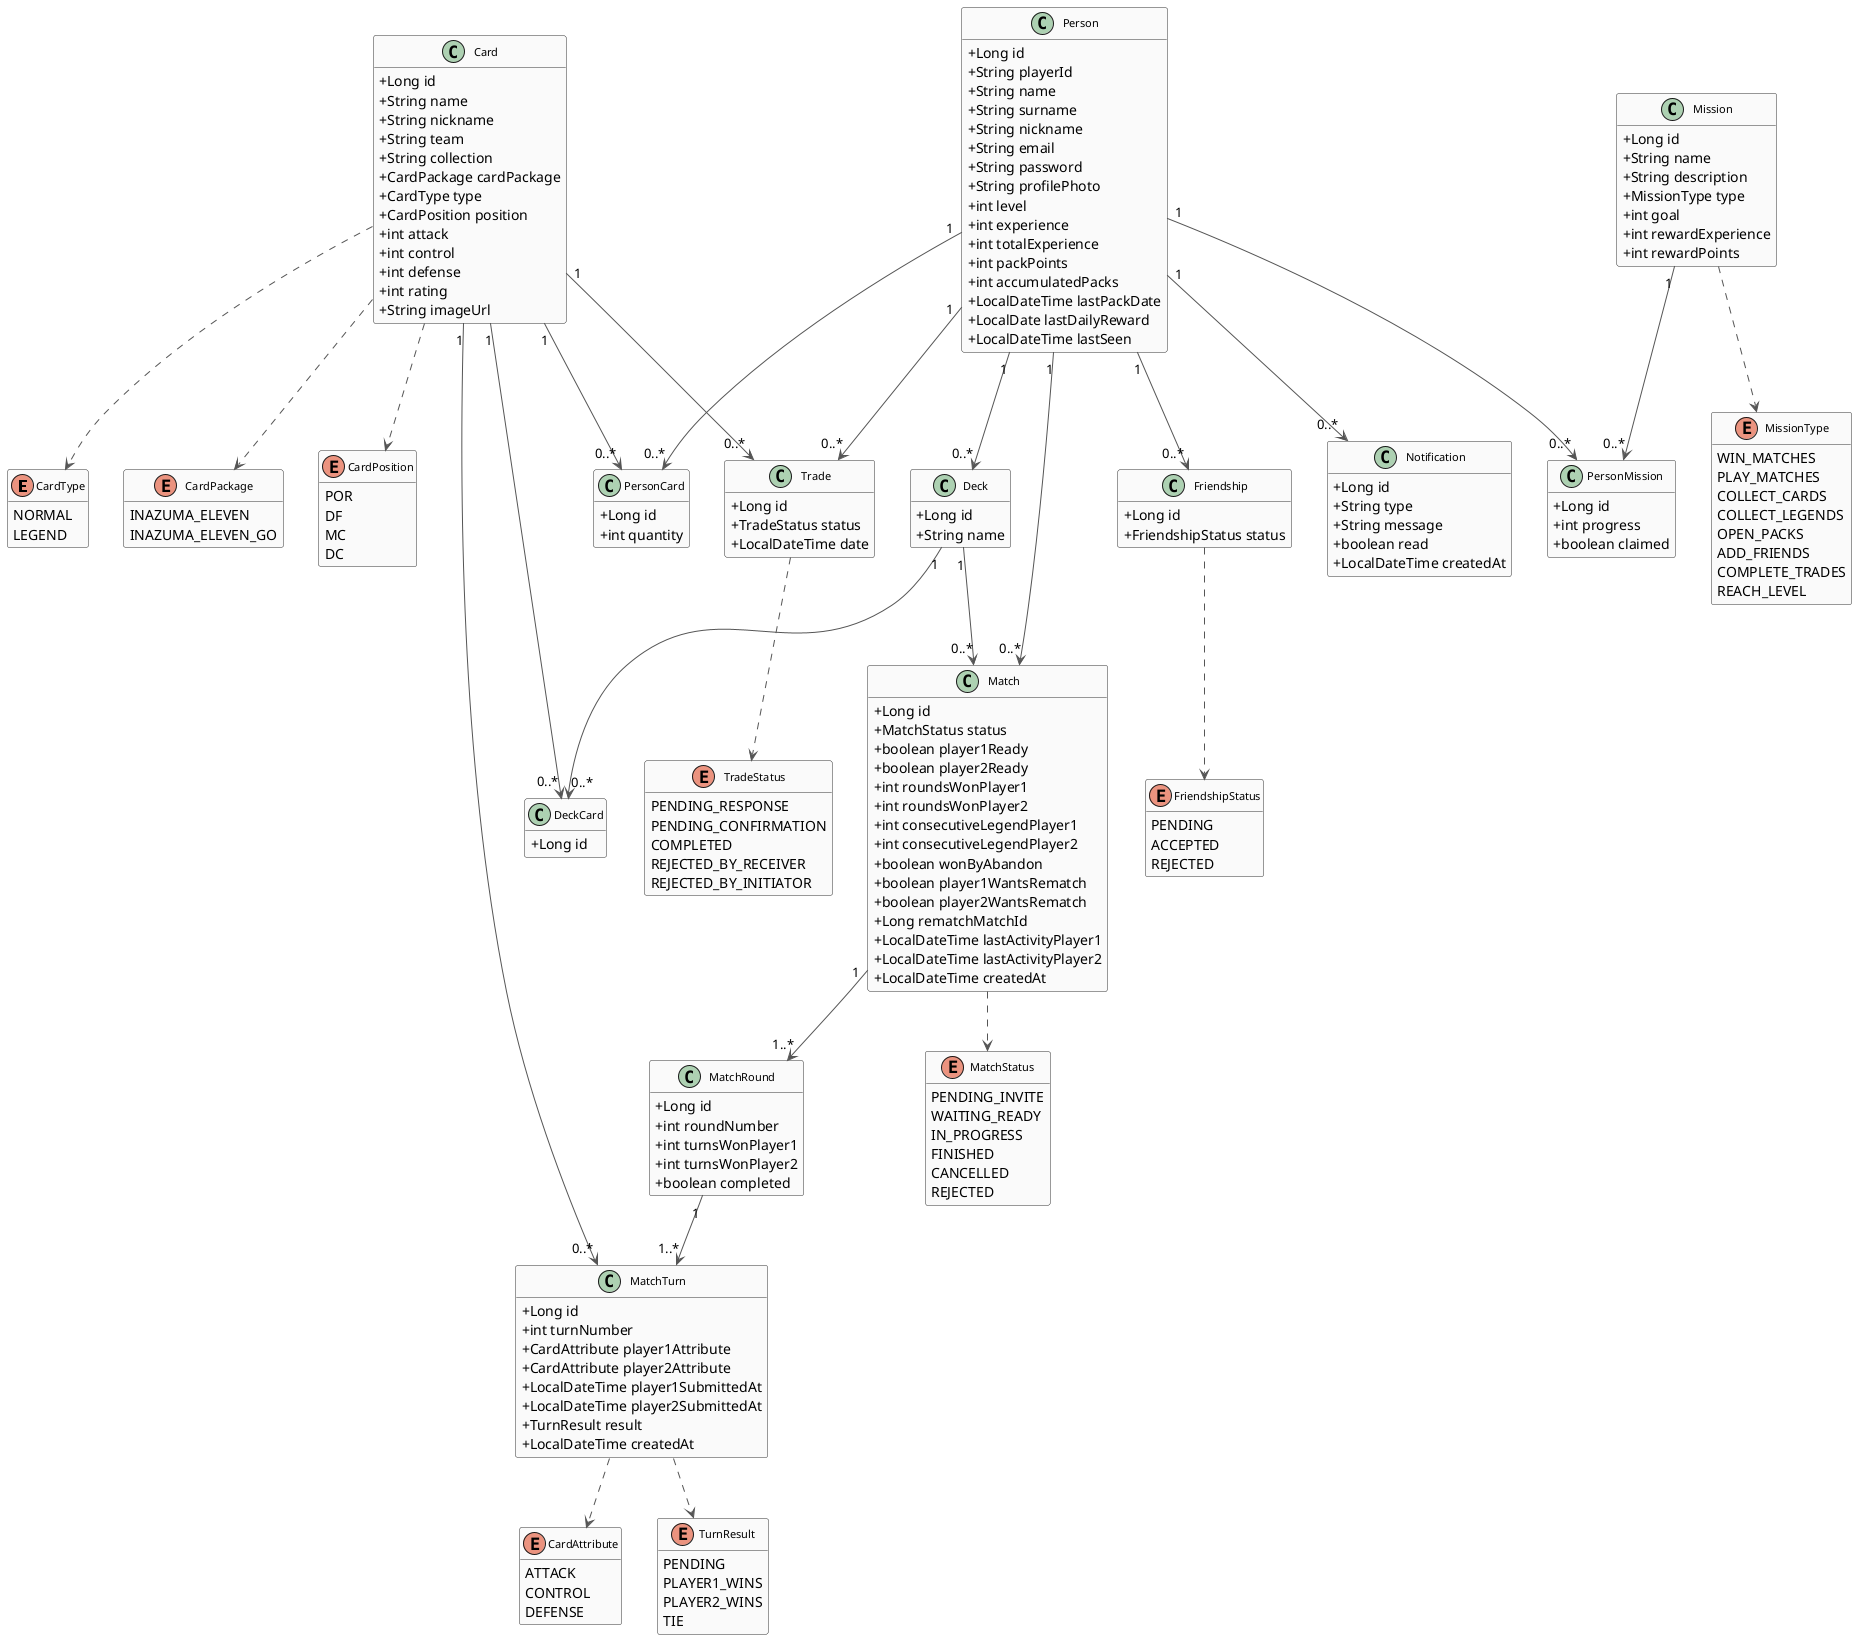
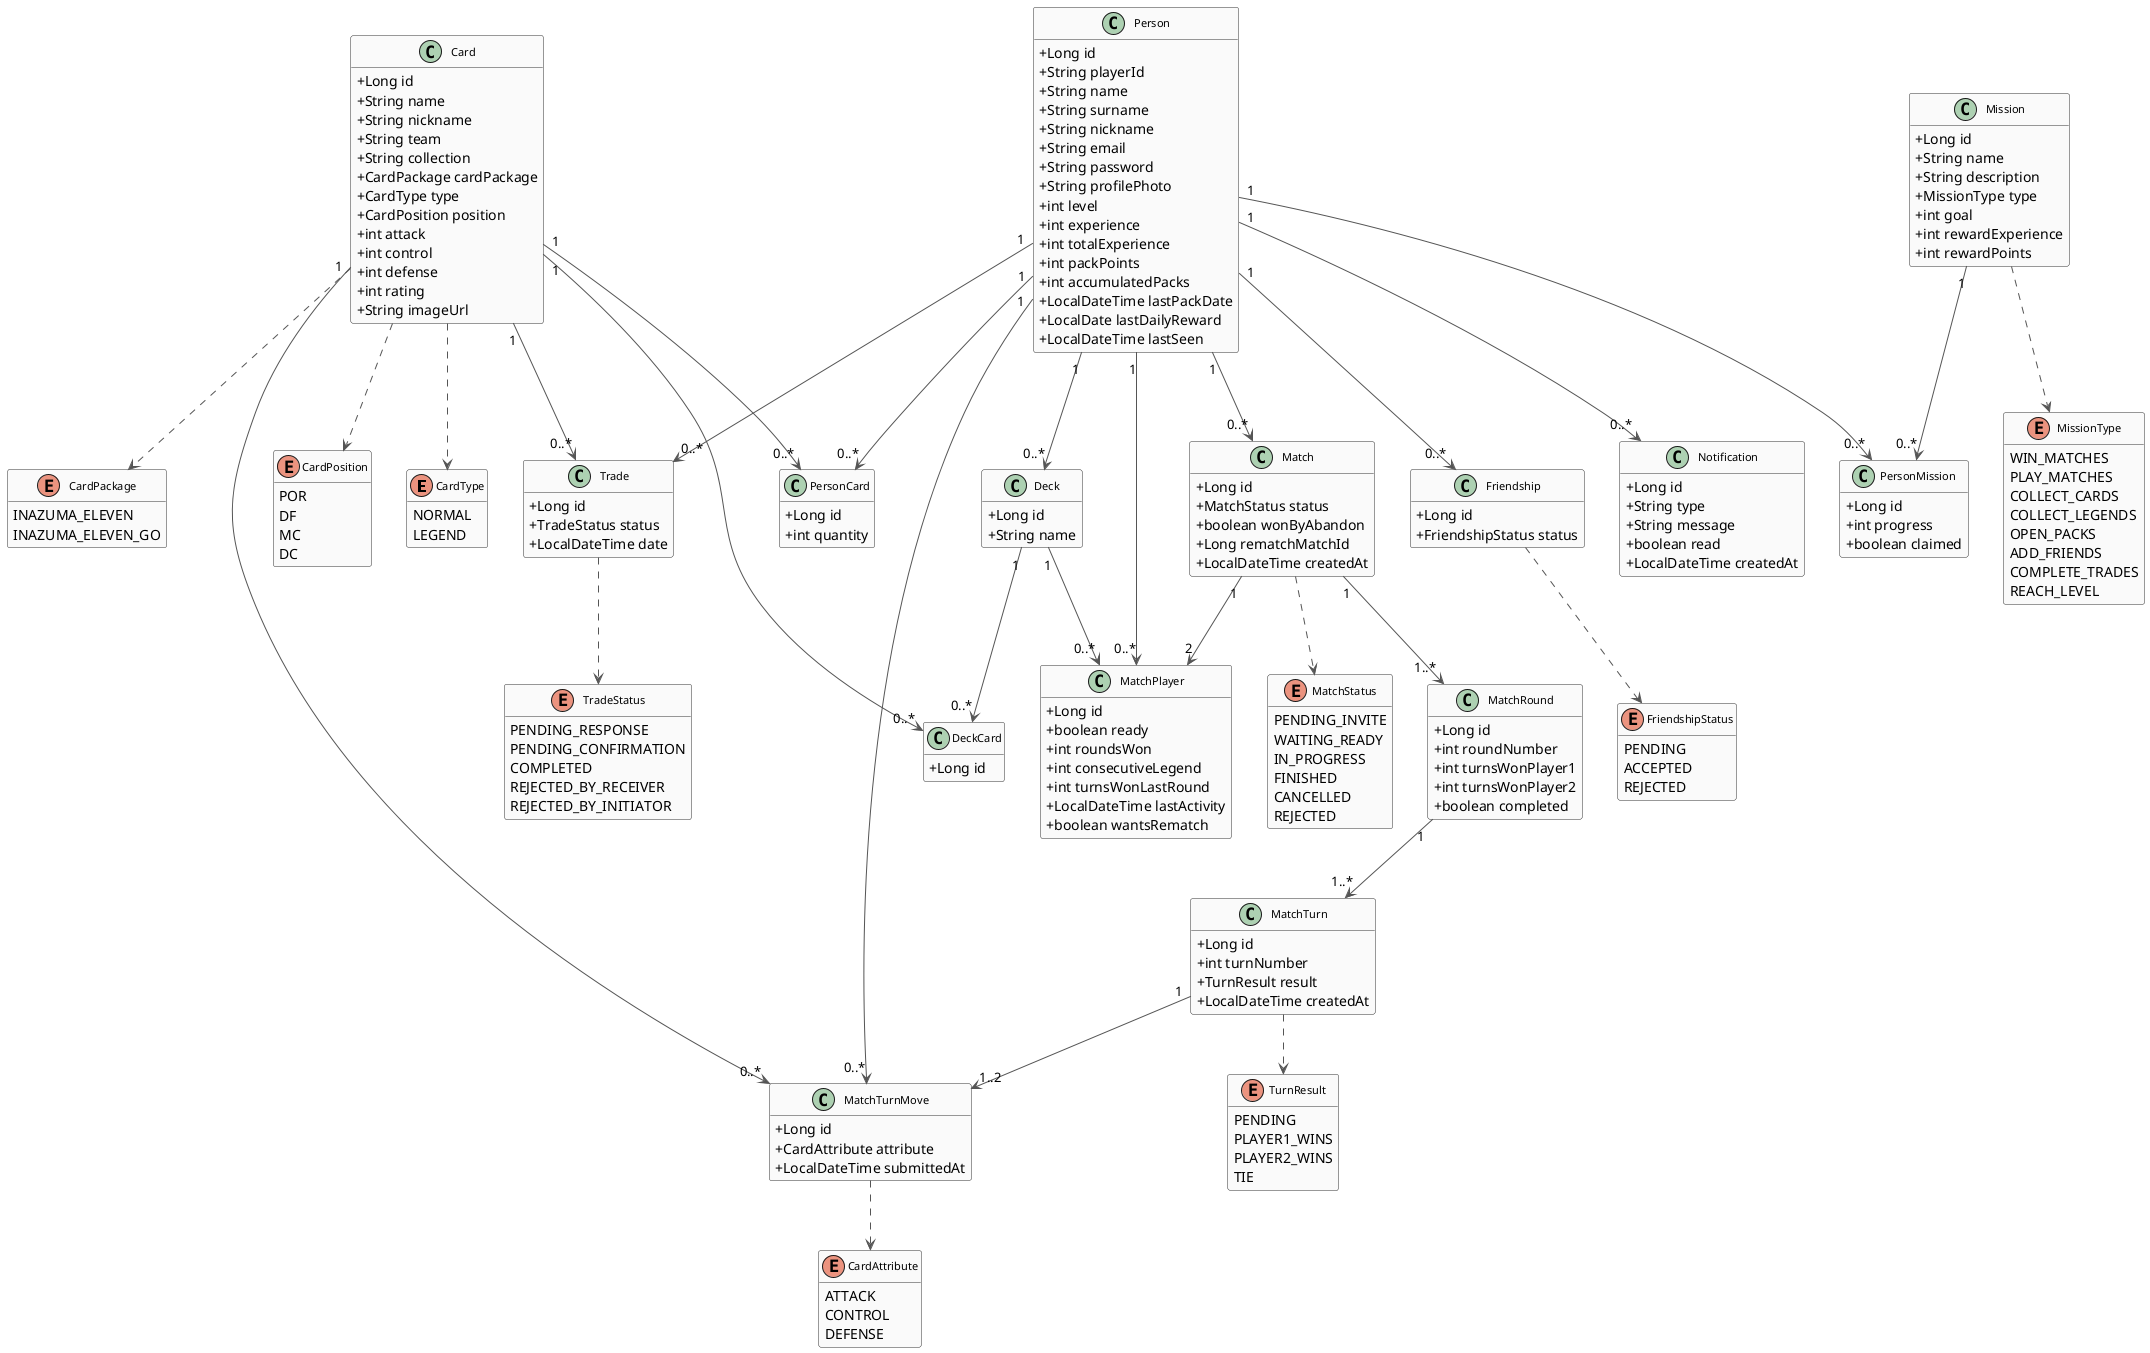
@startuml

skinparam classAttributeIconSize 0
skinparam classFontSize 11
skinparam classBorderColor #333333
skinparam classBackgroundColor #FAFAFA
skinparam arrowColor #555555
hide empty methods

enum CardType {
    NORMAL
    LEGEND
}

enum CardPackage {
    INAZUMA_ELEVEN
    INAZUMA_ELEVEN_GO
}

enum CardPosition {
    POR
    DF
    MC
    DC
}

enum CardAttribute {
    ATTACK
    CONTROL
    DEFENSE
}

enum MissionType {
    WIN_MATCHES
    PLAY_MATCHES
    COLLECT_CARDS
    COLLECT_LEGENDS
    OPEN_PACKS
    ADD_FRIENDS
    COMPLETE_TRADES
    REACH_LEVEL
}

enum FriendshipStatus {
    PENDING
    ACCEPTED
    REJECTED
}

enum TradeStatus {
    PENDING_RESPONSE
    PENDING_CONFIRMATION
    COMPLETED
    REJECTED_BY_RECEIVER
    REJECTED_BY_INITIATOR
}

enum MatchStatus {
    PENDING_INVITE
    WAITING_READY
    IN_PROGRESS
    FINISHED
    CANCELLED
    REJECTED
}

enum TurnResult {
    PENDING
    PLAYER1_WINS
    PLAYER2_WINS
    TIE
}

class Person {
    +Long id
    +String playerId
    +String name
    +String surname
    +String nickname
    +String email
    +String password
    +String profilePhoto
    +int level
    +int experience
    +int totalExperience
    +int packPoints
    +int accumulatedPacks
    +LocalDateTime lastPackDate
    +LocalDate lastDailyReward
    +LocalDateTime lastSeen
}

class Card {
    +Long id
    +String name
    +String nickname
    +String team
    +String collection
    +CardPackage cardPackage
    +CardType type
    +CardPosition position
    +int attack
    +int control
    +int defense
    +int rating
    +String imageUrl
}

class PersonCard {
    +Long id
    +int quantity
}

class Deck {
    +Long id
    +String name
}

class DeckCard {
    +Long id
}

class Mission {
    +Long id
    +String name
    +String description
    +MissionType type
    +int goal
    +int rewardExperience
    +int rewardPoints
}

class PersonMission {
    +Long id
    +int progress
    +boolean claimed
}

class Friendship {
    +Long id
    +FriendshipStatus status
}

class Trade {
    +Long id
    +TradeStatus status
    +LocalDateTime date
}

class Match {
    +Long id
    +MatchStatus status
-     +boolean player1Ready
-     +boolean player2Ready
-     +int roundsWonPlayer1
-     +int roundsWonPlayer2
-     +int consecutiveLegendPlayer1
-     +int consecutiveLegendPlayer2
    +boolean wonByAbandon
-     +boolean player1WantsRematch
-     +boolean player2WantsRematch
    +Long rematchMatchId
-     +LocalDateTime lastActivityPlayer1
-     +LocalDateTime lastActivityPlayer2
    +LocalDateTime createdAt
+ }
+ 
+ class MatchPlayer {
+     +Long id
+     +boolean ready
+     +int roundsWon
+     +int consecutiveLegend
+     +int turnsWonLastRound
+     +LocalDateTime lastActivity
+     +boolean wantsRematch
}

class MatchRound {
    +Long id
    +int roundNumber
    +int turnsWonPlayer1
    +int turnsWonPlayer2
    +boolean completed
}

class MatchTurn {
    +Long id
    +int turnNumber
-     +CardAttribute player1Attribute
-     +CardAttribute player2Attribute
-     +LocalDateTime player1SubmittedAt
-     +LocalDateTime player2SubmittedAt
    +TurnResult result
    +LocalDateTime createdAt
+ }
+ 
+ class MatchTurnMove {
+     +Long id
+     +CardAttribute attribute
+     +LocalDateTime submittedAt
}

class Notification {
    +Long id
    +String type
    +String message
    +boolean read
    +LocalDateTime createdAt
}

Person "1" --> "0..*" PersonCard
Person "1" --> "0..*" Deck
Person "1" --> "0..*" PersonMission
Person "1" --> "0..*" Friendship
Person "1" --> "0..*" Trade
Person "1" --> "0..*" Match
+ Person "1" --> "0..*" MatchPlayer
+ Person "1" --> "0..*" MatchTurnMove
Person "1" --> "0..*" Notification

Card "1" --> "0..*" PersonCard
Card "1" --> "0..*" DeckCard
Card "1" --> "0..*" Trade
- Card "1" --> "0..*" MatchTurn
+ Card "1" --> "0..*" MatchTurnMove

Deck "1" --> "0..*" DeckCard
- Deck "1" --> "0..*" Match
+ Deck "1" --> "0..*" MatchPlayer

Mission "1" --> "0..*" PersonMission

+ Match "1" --> "2" MatchPlayer
Match "1" --> "1..*" MatchRound
MatchRound "1" --> "1..*" MatchTurn
+ MatchTurn "1" --> "1..2" MatchTurnMove

Card ..> CardType
Card ..> CardPackage
Card ..> CardPosition
- MatchTurn ..> CardAttribute
+ MatchTurnMove ..> CardAttribute
MatchTurn ..> TurnResult
Friendship ..> FriendshipStatus
Trade ..> TradeStatus
Match ..> MatchStatus
Mission ..> MissionType

@enduml